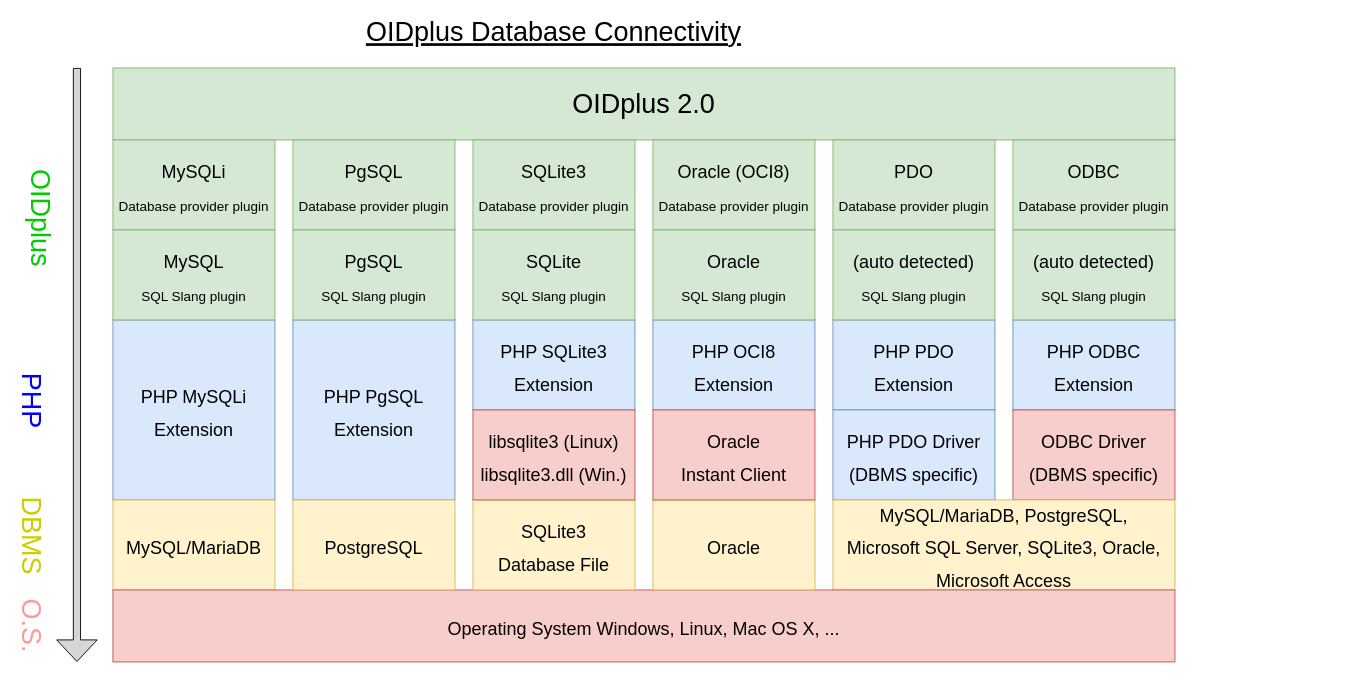
Before: doc/database_connectivity_diagram.drawio in danielmarschall/oidplus, a draw.io diagram. Source tidied: cells renumbered, new cells numbered last; positions are measured from the earlier drawing's top-left corner, leaving out a move shared by most shapes. Both pictures are drawn from the tidied source at 90%, with x=0, y=0 at pixel (-14, 22).
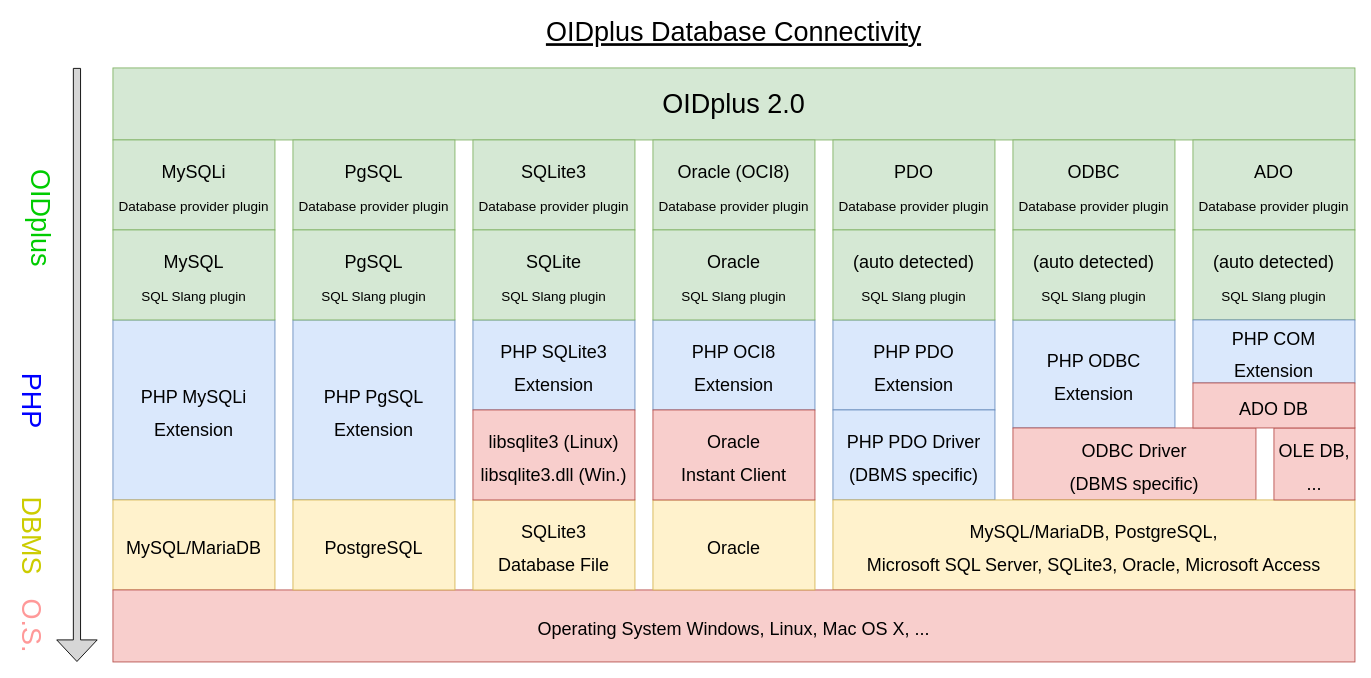
Above is the later version.

The edit, as a diff of the source:
```diff
@@
     <mxCell id="2" value="OIDplus 2.0" style="rounded=0;whiteSpace=wrap;html=1;fontSize=30;fillColor=#d5e8d4;strokeColor=#82b366;shadow=0;" parent="1" vertex="1">
-      <mxGeometry x="140" y="50" width="1180" height="80" as="geometry" />
+      <mxGeometry x="140" y="50" width="1380" height="80" as="geometry" />
     </mxCell>
@@
     <mxCell id="8" value="&lt;span style=&quot;font-size: 20px&quot;&gt;PHP ODBC&lt;br&gt;Extension&lt;/span&gt;" style="rounded=0;whiteSpace=wrap;html=1;fontSize=30;fillColor=#dae8fc;strokeColor=#6c8ebf;shadow=0;" parent="1" vertex="1">
-      <mxGeometry x="1140" y="330" width="180" height="100" as="geometry" />
+      <mxGeometry x="1140" y="330" width="180" height="120" as="geometry" />
     </mxCell>
@@
     <mxCell id="10" value="&lt;span style=&quot;font-size: 20px&quot;&gt;ODBC Driver&lt;br&gt;&lt;/span&gt;&lt;span style=&quot;font-size: 20px&quot;&gt;(DBMS specific)&lt;/span&gt;&lt;span style=&quot;font-size: 20px&quot;&gt;&lt;br&gt;&lt;/span&gt;" style="rounded=0;whiteSpace=wrap;html=1;fontSize=30;fillColor=#f8cecc;strokeColor=#b85450;shadow=0;" parent="1" vertex="1">
-      <mxGeometry x="1140" y="430" width="180" height="100" as="geometry" />
+      <mxGeometry x="1140" y="450" width="270" height="80" as="geometry" />
     </mxCell>
@@
     <mxCell id="16" value="OIDplus Database Connectivity" style="text;html=1;strokeColor=none;fillColor=none;align=center;verticalAlign=middle;whiteSpace=wrap;rounded=0;fontSize=30;fontStyle=4;shadow=0;" parent="1" vertex="1">
-      <mxGeometry x="150" width="960" height="20" as="geometry" />
+      <mxGeometry x="150" width="1360" height="20" as="geometry" />
     </mxCell>
     <mxCell id="17" value="&lt;span style=&quot;font-size: 20px&quot;&gt;MySQL/MariaDB, PostgreSQL,&lt;br&gt;Microsoft SQL Server, SQLite3, Oracle, Microsoft Access&lt;/span&gt;" style="rounded=0;whiteSpace=wrap;html=1;fontSize=30;fillColor=#fff2cc;strokeColor=#d6b656;shadow=0;" parent="1" vertex="1">
-      <mxGeometry x="940" y="530" width="380" height="100" as="geometry" />
+      <mxGeometry x="940" y="530" width="580" height="100" as="geometry" />
     </mxCell>
     <mxCell id="18" value="&lt;span style=&quot;font-size: 20px&quot;&gt;Operating System Windows, Linux, Mac OS X, ...&lt;br&gt;&lt;/span&gt;" style="rounded=0;whiteSpace=wrap;html=1;fontSize=30;fillColor=#f8cecc;strokeColor=#b85450;shadow=0;" parent="1" vertex="1">
-      <mxGeometry x="140" y="630" width="1180" height="80" as="geometry" />
+      <mxGeometry x="140" y="630" width="1380" height="80" as="geometry" />
     </mxCell>
@@
+    <mxCell id="37" value="&lt;font style=&quot;font-size: 20px&quot;&gt;ADO&lt;br&gt;&lt;span style=&quot;font-size: 15px&quot;&gt;Database provider plugin&lt;/span&gt;&lt;br&gt;&lt;/font&gt;" style="rounded=0;whiteSpace=wrap;html=1;fontSize=30;fillColor=#d5e8d4;strokeColor=#82b366;shadow=0;" parent="1" vertex="1">
+      <mxGeometry x="1340" y="130" width="180" height="100" as="geometry" />
+    </mxCell>
+    <mxCell id="38" value="&lt;font style=&quot;font-size: 20px&quot;&gt;(auto detected)&lt;br style=&quot;border-color: var(--border-color); font-size: 30px;&quot;&gt;&lt;font style=&quot;border-color: var(--border-color); font-size: 15px;&quot;&gt;SQL Slang plugin&lt;/font&gt;&lt;br&gt;&lt;/font&gt;" style="rounded=0;whiteSpace=wrap;html=1;fontSize=30;fillColor=#d5e8d4;strokeColor=#82b366;shadow=0;" parent="1" vertex="1">
+      <mxGeometry x="1340" y="230" width="180" height="100" as="geometry" />
+    </mxCell>
+    <mxCell id="39" value="&lt;span style=&quot;font-size: 20px&quot;&gt;PHP COM&lt;br&gt;Extension&lt;/span&gt;" style="rounded=0;whiteSpace=wrap;html=1;fontSize=30;fillColor=#dae8fc;strokeColor=#6c8ebf;shadow=0;spacing=2;" parent="1" vertex="1">
+      <mxGeometry x="1340" y="330" width="180" height="70" as="geometry" />
+    </mxCell>
+    <mxCell id="40" value="&lt;span style=&quot;font-size: 20px;&quot;&gt;OLE DB, ...&lt;/span&gt;&lt;span style=&quot;font-size: 20px&quot;&gt;&lt;br&gt;&lt;/span&gt;" style="rounded=0;whiteSpace=wrap;html=1;fontSize=30;fillColor=#f8cecc;strokeColor=#b85450;shadow=0;" parent="1" vertex="1">
+      <mxGeometry x="1430" y="450" width="90" height="80" as="geometry" />
+    </mxCell>
+    <mxCell id="41" value="&lt;span style=&quot;font-size: 20px&quot;&gt;ADO DB&lt;br&gt;&lt;/span&gt;" style="rounded=0;whiteSpace=wrap;html=1;fontSize=30;fillColor=#f8cecc;strokeColor=#b85450;shadow=0;" parent="1" vertex="1">
+      <mxGeometry x="1340" y="400" width="180" height="50" as="geometry" />
+    </mxCell>
```
